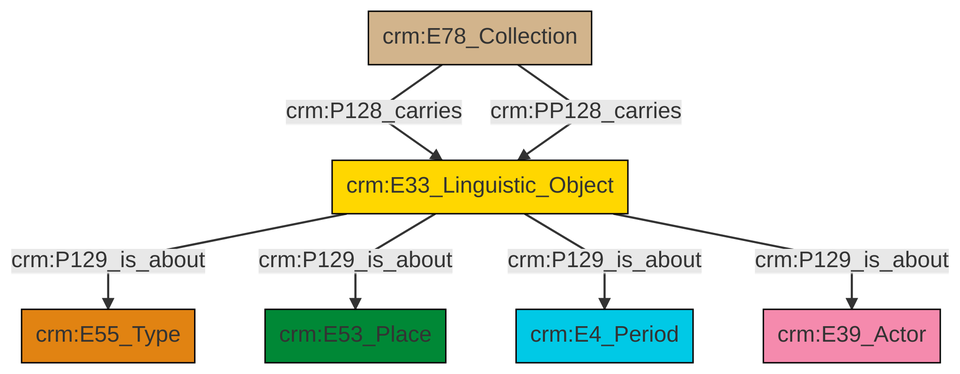
Above: et/archivalCSV/ttl/mmd/png/archival_aboutness.png in swiss-art-research-net/docs.swissartresearch (Mermaid), before the change. Its source is kept beside it as et/archivalCSV/ttl/mmd/archival_aboutness.ttl.mmd.
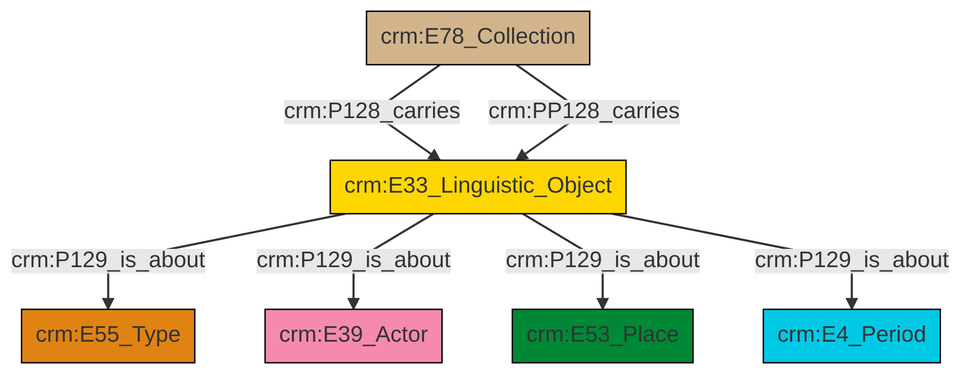
After the commit.

What changed in the source:
```diff
@@ -13,9 +13,9 @@
 classDef PC_Classes fill:#4ce600, stroke:#000000;
 classDef Multi fill:#cccccc,stroke:#000000;
 
-0["crm:E33_Linguistic_Object"]:::Conceptual_Object -->|crm:P129_is_about| 1["crm:E55_Type"]:::Type
-0["crm:E33_Linguistic_Object"]:::Conceptual_Object -->|crm:P129_is_about| 6["crm:E53_Place"]:::Place
-7["crm:E78_Collection"]:::Physical_Thing -->|crm:P128_carries| 0["crm:E33_Linguistic_Object"]:::Conceptual_Object
-0["crm:E33_Linguistic_Object"]:::Conceptual_Object -->|crm:P129_is_about| 2["crm:E4_Period"]:::Temporal_Entity
-7["crm:E78_Collection"]:::Physical_Thing -->|crm:PP128_carries| 0["crm:E33_Linguistic_Object"]:::Conceptual_Object
-0["crm:E33_Linguistic_Object"]:::Conceptual_Object -->|crm:P129_is_about| 8["crm:E39_Actor"]:::Actor
+2["crm:E33_Linguistic_Object"]:::Conceptual_Object -->|crm:P129_is_about| 3["crm:E55_Type"]:::Type
+0["crm:E78_Collection"]:::Physical_Thing -->|crm:P128_carries| 2["crm:E33_Linguistic_Object"]:::Conceptual_Object
+0["crm:E78_Collection"]:::Physical_Thing -->|crm:PP128_carries| 2["crm:E33_Linguistic_Object"]:::Conceptual_Object
+2["crm:E33_Linguistic_Object"]:::Conceptual_Object -->|crm:P129_is_about| 7["crm:E39_Actor"]:::Actor
+2["crm:E33_Linguistic_Object"]:::Conceptual_Object -->|crm:P129_is_about| 4["crm:E53_Place"]:::Place
+2["crm:E33_Linguistic_Object"]:::Conceptual_Object -->|crm:P129_is_about| 9["crm:E4_Period"]:::Temporal_Entity
```
